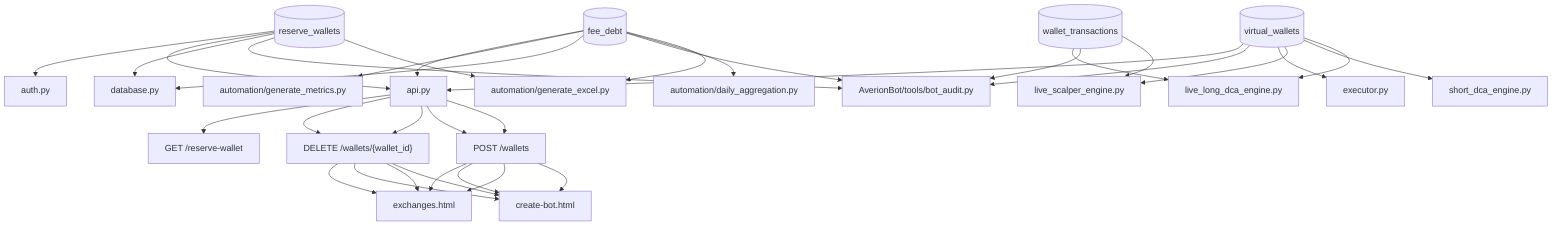
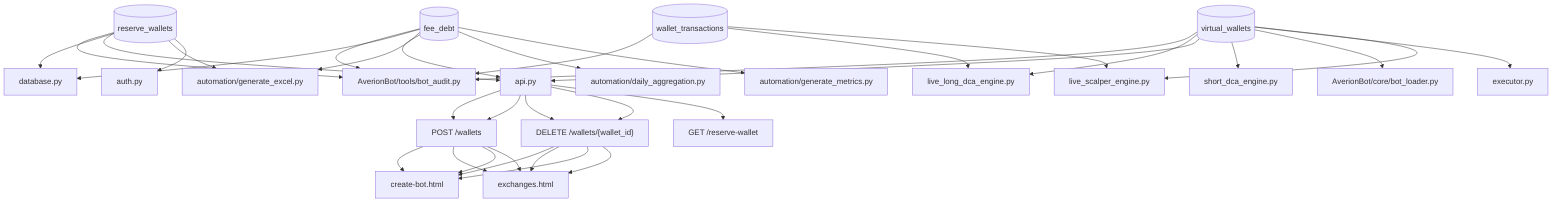
graph TD
-     reserve_wallets[("reserve_wallets")] --> automation_generate_excel_py["automation/generate_excel.py"]
    reserve_wallets[("reserve_wallets")] --> AverionBot_tools_bot_audit_py["AverionBot/tools/bot_audit.py"]
    reserve_wallets[("reserve_wallets")] --> database_py["database.py"]
    reserve_wallets[("reserve_wallets")] --> api_py["api.py"]
+     reserve_wallets[("reserve_wallets")] --> automation_generate_excel_py["automation/generate_excel.py"]
    reserve_wallets[("reserve_wallets")] --> auth_py["auth.py"]
+     virtual_wallets[("virtual_wallets")] --> AverionBot_tools_bot_audit_py["AverionBot/tools/bot_audit.py"]
    virtual_wallets[("virtual_wallets")] --> live_long_dca_engine_py["live_long_dca_engine.py"]
+     virtual_wallets[("virtual_wallets")] --> api_py["api.py"]
    virtual_wallets[("virtual_wallets")] --> short_dca_engine_py["short_dca_engine.py"]
+     virtual_wallets[("virtual_wallets")] --> AverionBot_core_bot_loader_py["AverionBot/core/bot_loader.py"]
+     virtual_wallets[("virtual_wallets")] --> executor_py["executor.py"]
    virtual_wallets[("virtual_wallets")] --> live_scalper_engine_py["live_scalper_engine.py"]
-     virtual_wallets[("virtual_wallets")] --> executor_py["executor.py"]
-     virtual_wallets[("virtual_wallets")] --> AverionBot_tools_bot_audit_py["AverionBot/tools/bot_audit.py"]
-     virtual_wallets[("virtual_wallets")] --> api_py["api.py"]
-     wallet_transactions[("wallet_transactions")] --> live_scalper_engine_py["live_scalper_engine.py"]
    wallet_transactions[("wallet_transactions")] --> AverionBot_tools_bot_audit_py["AverionBot/tools/bot_audit.py"]
    wallet_transactions[("wallet_transactions")] --> live_long_dca_engine_py["live_long_dca_engine.py"]
+     wallet_transactions[("wallet_transactions")] --> live_scalper_engine_py["live_scalper_engine.py"]
+     fee_debt[("fee_debt")] --> AverionBot_tools_bot_audit_py["AverionBot/tools/bot_audit.py"]
+     fee_debt[("fee_debt")] --> database_py["database.py"]
+     fee_debt[("fee_debt")] --> api_py["api.py"]
    fee_debt[("fee_debt")] --> automation_generate_excel_py["automation/generate_excel.py"]
    fee_debt[("fee_debt")] --> automation_daily_aggregation_py["automation/daily_aggregation.py"]
-     fee_debt[("fee_debt")] --> AverionBot_tools_bot_audit_py["AverionBot/tools/bot_audit.py"]
-     fee_debt[("fee_debt")] --> database_py["database.py"]
    fee_debt[("fee_debt")] --> automation_generate_metrics_py["automation/generate_metrics.py"]
-     fee_debt[("fee_debt")] --> api_py["api.py"]
    api_py --> _wallets["GET /wallets"]
    _wallets --> create-bot_html["create-bot.html"]
    _wallets --> exchanges_html["exchanges.html"]
    api_py --> _wallets["POST /wallets"]
    _wallets --> create-bot_html["create-bot.html"]
    _wallets --> exchanges_html["exchanges.html"]
    api_py --> _wallets_wallet_id["PUT /wallets/{wallet_id}"]
    _wallets_wallet_id --> create-bot_html["create-bot.html"]
    _wallets_wallet_id --> exchanges_html["exchanges.html"]
    api_py --> _wallets_wallet_id["DELETE /wallets/{wallet_id}"]
    _wallets_wallet_id --> create-bot_html["create-bot.html"]
    _wallets_wallet_id --> exchanges_html["exchanges.html"]
    api_py --> _reserve-wallet["GET /reserve-wallet"]
